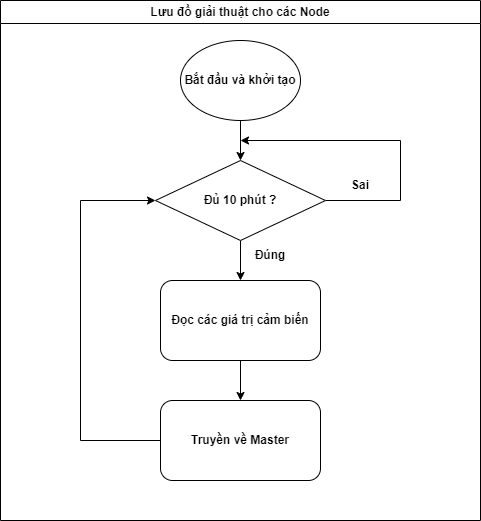
Earlier version of the draw.io export Image/Lưu đồ giải thuật/lưu đồ giải thuật_node.png (tuanthanhhh/Weather_Monitoring_Station_System). Source tidied: cells renumbered, new cells last; positions are measured from the earlier drawing's top-left corner, leaving out a move shared by most shapes. The source it was exported from:
```xml
<mxGraphModel>
  <root>
    <mxCell id="0" />
    <mxCell id="1" parent="0" />
    <mxCell id="2" style="edgeStyle=orthogonalEdgeStyle;rounded=0;jettySize=auto;html=1;exitX=0.5;exitY=1;exitDx=0;exitDy=0;entryX=0.5;entryY=0;entryDx=0;entryDy=0;" parent="1" edge="1" source="3" target="8">
      <mxGeometry relative="1" as="geometry" />
    </mxCell>
    <mxCell id="3" value="&lt;span&gt;Bắt đầu và khởi tạo&lt;/span&gt;" style="ellipse;whiteSpace=wrap;html=1;fontStyle=1;" parent="1" vertex="1">
      <mxGeometry x="180" y="40" width="120" height="80" as="geometry" />
    </mxCell>
    <mxCell id="4" style="edgeStyle=orthogonalEdgeStyle;rounded=0;jettySize=auto;html=1;exitX=0.5;exitY=1;exitDx=0;exitDy=0;entryX=0.5;entryY=0;entryDx=0;entryDy=0;" parent="1" edge="1" source="5" target="10">
      <mxGeometry relative="1" as="geometry" />
    </mxCell>
    <mxCell id="5" value="Đọc các giá trị cảm biến" style="rounded=1;whiteSpace=wrap;html=1;fontStyle=1;" parent="1" vertex="1">
      <mxGeometry x="160" y="280" width="160" height="80" as="geometry" />
    </mxCell>
    <mxCell id="6" style="edgeStyle=orthogonalEdgeStyle;rounded=0;jettySize=auto;html=1;exitX=0.5;exitY=1;exitDx=0;exitDy=0;entryX=0.5;entryY=0;entryDx=0;entryDy=0;" parent="1" edge="1" source="8" target="5">
      <mxGeometry relative="1" as="geometry" />
    </mxCell>
    <mxCell id="7" style="edgeStyle=orthogonalEdgeStyle;rounded=0;jettySize=auto;html=1;exitX=1;exitY=0.5;exitDx=0;exitDy=0;" parent="1" edge="1" source="8">
      <mxGeometry relative="1" as="geometry">
        <mxPoint x="240" y="140" as="targetPoint" />
        <Array as="points">
          <mxPoint x="400" y="200" />
          <mxPoint x="400" y="140" />
        </Array>
      </mxGeometry>
    </mxCell>
    <mxCell id="8" value="Đủ 10 phút ?" style="rhombus;whiteSpace=wrap;html=1;fontStyle=1;" parent="1" vertex="1">
      <mxGeometry x="155" y="160" width="170" height="80" as="geometry" />
    </mxCell>
    <mxCell id="9" style="edgeStyle=orthogonalEdgeStyle;rounded=0;jettySize=auto;html=1;exitX=0;exitY=0.5;exitDx=0;exitDy=0;entryX=0;entryY=0.5;entryDx=0;entryDy=0;" parent="1" edge="1" source="10" target="8">
      <mxGeometry relative="1" as="geometry">
        <Array as="points">
          <mxPoint x="80" y="440" />
          <mxPoint x="80" y="200" />
        </Array>
      </mxGeometry>
    </mxCell>
    <mxCell id="10" value="Truyền về Master" style="rounded=1;whiteSpace=wrap;html=1;fontStyle=1;" parent="1" vertex="1">
      <mxGeometry x="160" y="400" width="160" height="80" as="geometry" />
    </mxCell>
    <mxCell id="11" value="&lt;b&gt;Đúng&lt;/b&gt;" style="text;html=1;align=center;verticalAlign=middle;whiteSpace=wrap;rounded=0;" parent="1" vertex="1">
      <mxGeometry x="240" y="240" width="60" height="30" as="geometry" />
    </mxCell>
    <mxCell id="12" value="&lt;b&gt;Sai&lt;/b&gt;" style="text;html=1;align=center;verticalAlign=middle;whiteSpace=wrap;rounded=0;" parent="1" vertex="1">
      <mxGeometry x="330" y="170" width="60" height="30" as="geometry" />
    </mxCell>
    <mxCell id="13" value="Lưu đồ giải thuật cho các Node" style="swimlane;whiteSpace=wrap;html=1;" parent="1" vertex="1">
      <mxGeometry width="480" height="520" as="geometry" />
    </mxCell>
  </root>
</mxGraphModel>
```
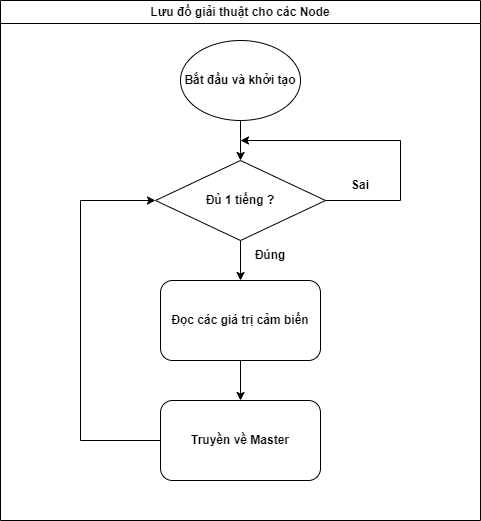
Above is the later version.

Diff of the diagram source:
```diff
@@ -26,7 +26,7 @@
         </Array>
       </mxGeometry>
     </mxCell>
-    <mxCell id="8" value="Đủ 10 phút ?" style="rhombus;whiteSpace=wrap;html=1;fontStyle=1;" parent="1" vertex="1">
+    <mxCell id="8" value="Đủ 1 tiếng ?" style="rhombus;whiteSpace=wrap;html=1;fontStyle=1;" parent="1" vertex="1">
       <mxGeometry x="155" y="160" width="170" height="80" as="geometry" />
     </mxCell>
     <mxCell id="9" style="edgeStyle=orthogonalEdgeStyle;rounded=0;jettySize=auto;html=1;exitX=0;exitY=0.5;exitDx=0;exitDy=0;entryX=0;entryY=0.5;entryDx=0;entryDy=0;" parent="1" edge="1" source="10" target="8">
```
